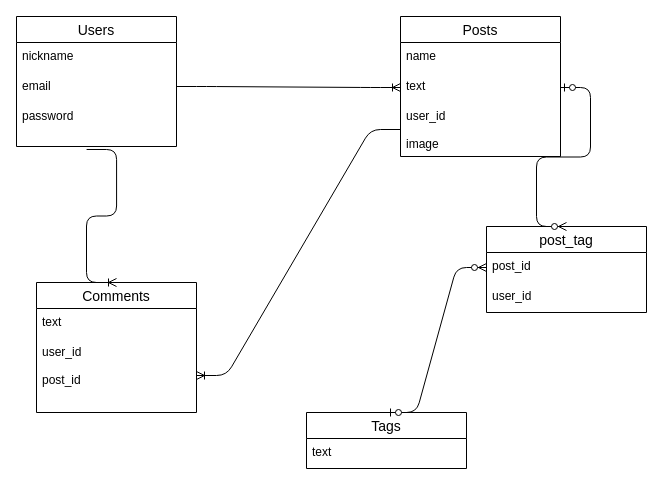
Before: ER.dio in koujirou23/english-app, a draw.io diagram. Source tidied: cells renumbered, new cells numbered last; positions are measured from the earlier drawing's top-left corner, leaving out a move shared by most shapes. Both pictures are drawn from the tidied source at 100%, with x=0, y=0 at pixel (16, 16).
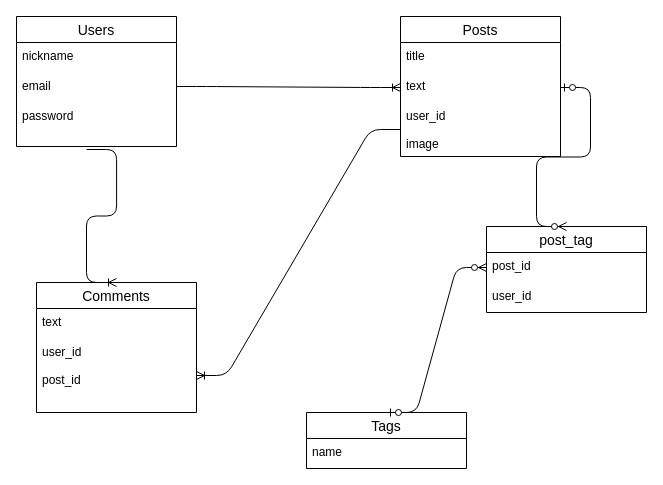
After the change.

Unchanged cells that the change refers to:
```xml
<mxCell id="6" value="Posts" style="swimlane;fontStyle=0;horizontal=1;startSize=26;align=center;fontSize=14;" parent="1" vertex="1">
  <mxGeometry x="384" width="160" height="140" as="geometry" />
</mxCell>
<mxCell id="19" value="Tags" style="swimlane;fontStyle=0;horizontal=1;startSize=26;align=center;fontSize=14;" parent="1" vertex="1">
  <mxGeometry x="290" y="396" width="160" height="56" as="geometry" />
</mxCell>
```

Diff of the diagram source:
```diff
@@
-    <mxCell id="7" value="name" style="text;strokeColor=none;fillColor=none;spacingLeft=4;spacingRight=4;overflow=hidden;fontSize=12;" parent="6" vertex="1">
+    <mxCell id="7" value="title" style="text;strokeColor=none;fillColor=none;spacingLeft=4;spacingRight=4;overflow=hidden;fontSize=12;" parent="6" vertex="1">
       <mxGeometry y="26" width="160" height="30" as="geometry" />
     </mxCell>
@@
-    <mxCell id="20" value="text" style="text;strokeColor=none;fillColor=none;spacingLeft=4;spacingRight=4;overflow=hidden;fontSize=12;" parent="19" vertex="1">
+    <mxCell id="20" value="name" style="text;strokeColor=none;fillColor=none;spacingLeft=4;spacingRight=4;overflow=hidden;fontSize=12;" parent="19" vertex="1">
       <mxGeometry y="26" width="160" height="30" as="geometry" />
     </mxCell>
```
